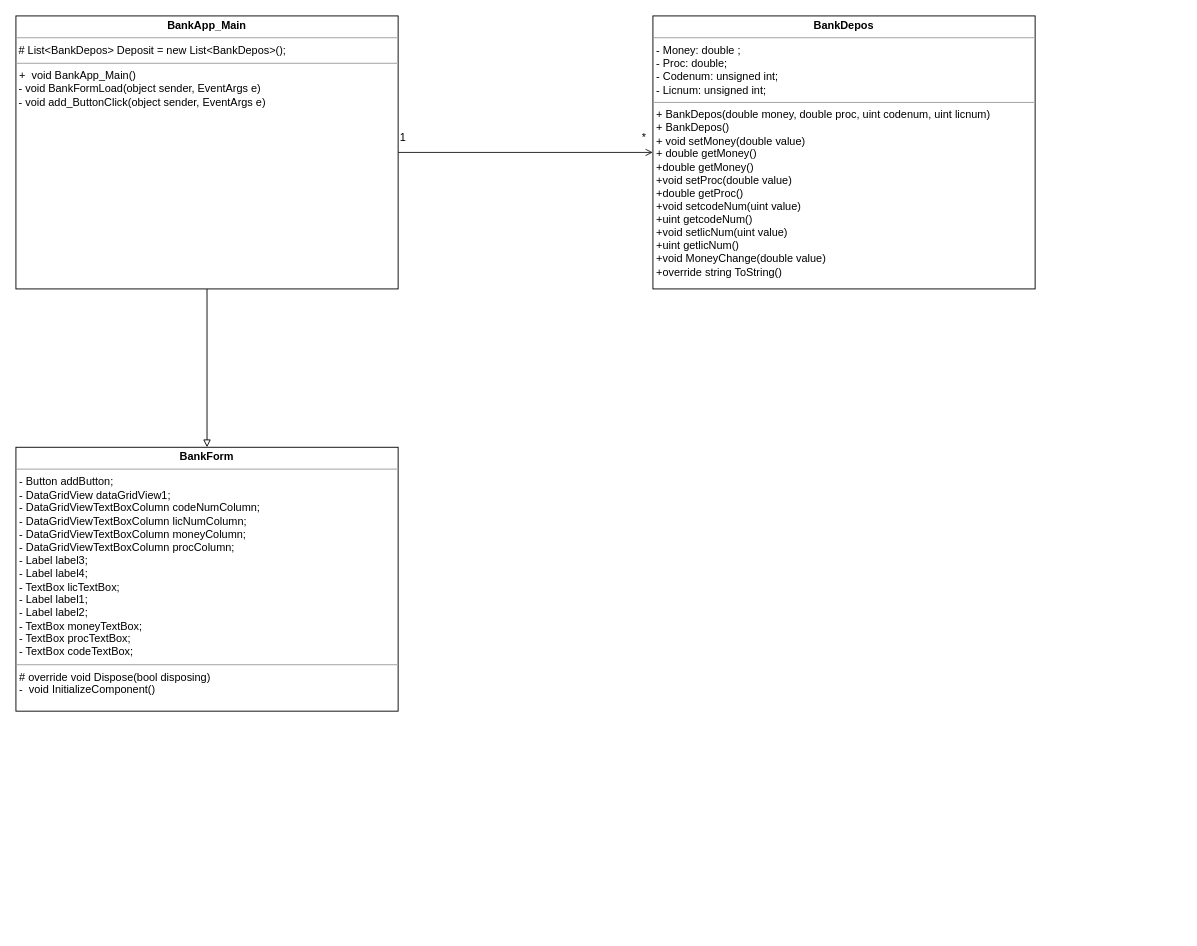
Above: BankDepos_UML.drawio in gingerswaltz/gingerswaltz-official (draw.io), before the change. Source tidied: cells renumbered, new cells numbered last; positions are measured from the earlier drawing's top-left corner, leaving out a move shared by most shapes. Both pictures are drawn from the tidied source at 91%, with x=0, y=0 at pixel (15, 15). Pictures stored in the file or linked from it are replaced by grey dashed boxes.
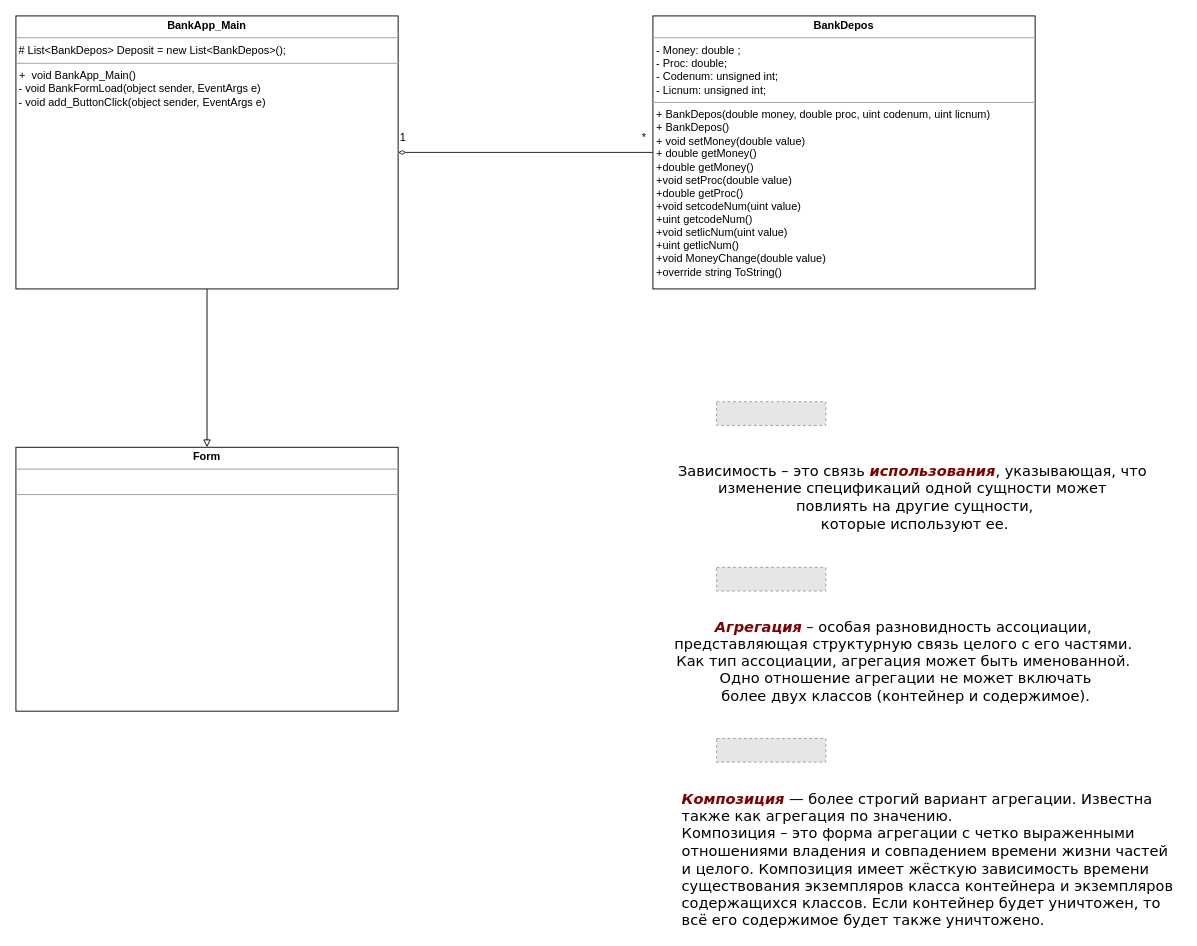
The same diagram, later.

What changed in the source:
```diff
@@
 <mxGraphModel>
   <root>
     <mxCell id="0" />
     <mxCell id="1" parent="0" />
     <mxCell id="2" value="&lt;p style=&quot;margin: 0px ; margin-top: 4px ; text-align: center&quot;&gt;&lt;b&gt;BankDepos&lt;/b&gt;&lt;/p&gt;&lt;hr size=&quot;1&quot;&gt;&lt;p style=&quot;margin: 0px ; margin-left: 4px&quot;&gt;- Money: double ;&lt;/p&gt;&lt;p style=&quot;margin: 0px ; margin-left: 4px&quot;&gt;- Proc: double;&lt;/p&gt;&lt;p style=&quot;margin: 0px ; margin-left: 4px&quot;&gt;- Codenum: unsigned int;&lt;/p&gt;&lt;p style=&quot;margin: 0px ; margin-left: 4px&quot;&gt;- Licnum: unsigned int;&lt;/p&gt;&lt;hr size=&quot;1&quot;&gt;&lt;p style=&quot;margin: 0px ; margin-left: 4px&quot;&gt;+&amp;nbsp;BankDepos(double money, double proc, uint codenum, uint licnum)&lt;/p&gt;&lt;p style=&quot;margin: 0px ; margin-left: 4px&quot;&gt;+ BankDepos()&lt;/p&gt;&lt;p style=&quot;margin: 0px ; margin-left: 4px&quot;&gt;+&amp;nbsp;void setMoney(double value)&lt;/p&gt;&lt;p style=&quot;margin: 0px ; margin-left: 4px&quot;&gt;+&amp;nbsp;double getMoney()&lt;/p&gt;&lt;p style=&quot;margin: 0px ; margin-left: 4px&quot;&gt;+double getMoney()&lt;/p&gt;&lt;p style=&quot;margin: 0px ; margin-left: 4px&quot;&gt;+void setProc(double value)&lt;/p&gt;&lt;p style=&quot;margin: 0px ; margin-left: 4px&quot;&gt;+double getProc()&lt;/p&gt;&lt;p style=&quot;margin: 0px ; margin-left: 4px&quot;&gt;+void setcodeNum(uint value)&lt;/p&gt;&lt;p style=&quot;margin: 0px ; margin-left: 4px&quot;&gt;+uint getcodeNum()&lt;/p&gt;&lt;p style=&quot;margin: 0px ; margin-left: 4px&quot;&gt;+void setlicNum(uint value)&lt;/p&gt;&lt;p style=&quot;margin: 0px ; margin-left: 4px&quot;&gt;+uint getlicNum()&lt;/p&gt;&lt;p style=&quot;margin: 0px ; margin-left: 4px&quot;&gt;+void MoneyChange(double value)&lt;/p&gt;&lt;p style=&quot;margin: 0px ; margin-left: 4px&quot;&gt;+override string ToString()&lt;/p&gt;" style="verticalAlign=top;align=left;overflow=fill;fontSize=12;fontFamily=Helvetica;html=1;" parent="1" vertex="1">
       <mxGeometry x="700" width="420" height="300" as="geometry" />
     </mxCell>
-    <mxCell id="3" value="&lt;p style=&quot;margin:0px;margin-top:4px;text-align:center;&quot;&gt;&lt;b&gt;BankForm&lt;/b&gt;&lt;/p&gt;&lt;hr size=&quot;1&quot;&gt;&lt;p style=&quot;margin:0px;margin-left:4px;&quot;&gt;- Button addButton;&lt;/p&gt;&lt;p style=&quot;margin:0px;margin-left:4px;&quot;&gt;- DataGridView dataGridView1;&lt;/p&gt;&lt;p style=&quot;margin:0px;margin-left:4px;&quot;&gt;- DataGridViewTextBoxColumn codeNumColumn;&lt;/p&gt;&lt;p style=&quot;margin:0px;margin-left:4px;&quot;&gt;- DataGridViewTextBoxColumn licNumColumn;&lt;/p&gt;&lt;p style=&quot;margin:0px;margin-left:4px;&quot;&gt;- DataGridViewTextBoxColumn moneyColumn;&lt;/p&gt;&lt;p style=&quot;margin:0px;margin-left:4px;&quot;&gt;- DataGridViewTextBoxColumn procColumn;&lt;/p&gt;&lt;p style=&quot;margin:0px;margin-left:4px;&quot;&gt;- Label label3;&lt;/p&gt;&lt;p style=&quot;margin:0px;margin-left:4px;&quot;&gt;- Label label4;&lt;/p&gt;&lt;p style=&quot;margin:0px;margin-left:4px;&quot;&gt;- TextBox licTextBox;&lt;/p&gt;&lt;p style=&quot;margin:0px;margin-left:4px;&quot;&gt;- Label label1;&lt;/p&gt;&lt;p style=&quot;margin:0px;margin-left:4px;&quot;&gt;- Label label2;&lt;/p&gt;&lt;p style=&quot;margin:0px;margin-left:4px;&quot;&gt;- TextBox moneyTextBox;&lt;/p&gt;&lt;p style=&quot;margin:0px;margin-left:4px;&quot;&gt;- TextBox procTextBox;&lt;/p&gt;&lt;p style=&quot;margin:0px;margin-left:4px;&quot;&gt;- TextBox codeTextBox;&lt;/p&gt;&lt;hr size=&quot;1&quot;&gt;&lt;p style=&quot;margin:0px;margin-left:4px;&quot;&gt;# override void Dispose(bool disposing)&lt;br&gt;&lt;/p&gt;&lt;p style=&quot;margin:0px;margin-left:4px;&quot;&gt;-&amp;nbsp; void InitializeComponent()&lt;/p&gt;" style="verticalAlign=top;align=left;overflow=fill;fontSize=12;fontFamily=Helvetica;html=1;" parent="1" vertex="1">
+    <mxCell id="3" value="&lt;p style=&quot;margin: 0px ; margin-top: 4px ; text-align: center&quot;&gt;&lt;b&gt;Form&lt;/b&gt;&lt;/p&gt;&lt;hr size=&quot;1&quot;&gt;&lt;p style=&quot;margin: 0px ; margin-left: 4px&quot;&gt;&lt;br&gt;&lt;/p&gt;&lt;hr size=&quot;1&quot;&gt;&lt;p style=&quot;margin: 0px ; margin-left: 4px&quot;&gt;&lt;br&gt;&lt;/p&gt;" style="verticalAlign=top;align=left;overflow=fill;fontSize=12;fontFamily=Helvetica;html=1;" parent="1" vertex="1">
       <mxGeometry y="474" width="420" height="290" as="geometry" />
     </mxCell>
     <mxCell id="4" value="1" style="text;html=1;align=center;verticalAlign=middle;strokeColor=none;fillColor=none;" parent="1" vertex="1">
       <mxGeometry x="410" y="119" width="30" height="30" as="geometry" />
     </mxCell>
     <mxCell id="5" style="edgeStyle=orthogonalEdgeStyle;rounded=0;jettySize=auto;html=1;entryX=0.5;entryY=0;entryDx=0;entryDy=0;endArrow=block;endFill=0;" parent="1" edge="1" source="7" target="3">
       <mxGeometry relative="1" as="geometry" />
     </mxCell>
-    <mxCell id="6" style="edgeStyle=orthogonalEdgeStyle;rounded=0;jettySize=auto;html=1;endArrow=open;endFill=0;strokeColor=#1A1A1A;" parent="1" edge="1" source="7" target="2">
+    <mxCell id="6" style="edgeStyle=orthogonalEdgeStyle;rounded=0;jettySize=auto;html=1;endArrow=diamondThin;endFill=0;strokeColor=#1A1A1A;" parent="1" edge="1" source="2" target="7">
       <mxGeometry relative="1" as="geometry" />
     </mxCell>
     <mxCell id="7" value="&lt;p style=&quot;margin: 0px ; margin-top: 4px ; text-align: center&quot;&gt;&lt;b&gt;BankApp_Main&lt;/b&gt;&lt;br&gt;&lt;/p&gt;&lt;hr size=&quot;1&quot;&gt;&lt;p style=&quot;margin: 0px ; margin-left: 4px&quot;&gt;&lt;/p&gt;&amp;nbsp;# List&amp;lt;BankDepos&amp;gt; Deposit = new List&amp;lt;BankDepos&amp;gt;();&lt;hr size=&quot;1&quot;&gt;&lt;p style=&quot;margin: 0px ; margin-left: 4px&quot;&gt;+&amp;nbsp;&lt;span&gt;&amp;nbsp;void BankApp_Main()&lt;/span&gt;&lt;/p&gt;&lt;div&gt;&lt;span&gt;&amp;nbsp;- void BankFormLoad(object sender, EventArgs e)&lt;br&gt;&amp;nbsp;- void add_ButtonClick(object sender, EventArgs e)&lt;br&gt;&lt;/span&gt;&lt;/div&gt;" style="verticalAlign=top;align=left;overflow=fill;fontSize=12;fontFamily=Helvetica;html=1;" parent="1" vertex="1">
       <mxGeometry width="420" height="300" as="geometry" />
     </mxCell>
     <mxCell id="8" value="*" style="text;html=1;align=center;verticalAlign=middle;strokeColor=none;fillColor=none;" parent="1" vertex="1">
       <mxGeometry x="680" y="124" width="20" height="20" as="geometry" />
     </mxCell>
+    <mxCell id="9" style="fillColor=#E6E6E6;strokeColor=#999999;dashed=1;verticalLabelPosition=bottom;labelBackgroundColor=#ffffff;verticalAlign=top;" parent="1" vertex="1">
+      <mxGeometry x="770" y="424" width="120" height="26" as="geometry" />
+    </mxCell>
+    <mxCell id="10" value="&lt;span style=&quot;font-family: &amp;#34;verdana&amp;#34; , &amp;#34;arial&amp;#34; , sans-serif ; font-size: medium ; text-align: justify ; background-color: rgb(255 , 255 , 255)&quot;&gt;Зависимость – это связь&amp;nbsp;&lt;/span&gt;&lt;span class=&quot;define&quot; style=&quot;padding: 0px ; margin: 0px ; outline: none ; color: rgb(128 , 0 , 0) ; font-weight: bold ; font-style: italic ; font-family: &amp;#34;verdana&amp;#34; , &amp;#34;arial&amp;#34; , sans-serif ; font-size: medium ; text-align: justify ; background-color: rgb(255 , 255 , 255)&quot;&gt;использования&lt;/span&gt;&lt;span style=&quot;font-family: &amp;#34;verdana&amp;#34; , &amp;#34;arial&amp;#34; , sans-serif ; font-size: medium ; text-align: justify ; background-color: rgb(255 , 255 , 255)&quot;&gt;, указывающая, что &lt;br&gt;изменение спецификаций одной сущности может&lt;br&gt;&amp;nbsp;повлиять на другие сущности,&lt;br&gt;&amp;nbsp;которые используют ее.&lt;/span&gt;" style="text;html=1;align=center;verticalAlign=middle;strokeColor=none;fillColor=none;" parent="1" vertex="1">
+      <mxGeometry x="720" y="494" width="530" height="70" as="geometry" />
+    </mxCell>
+    <mxCell id="11" style="fillColor=#E6E6E6;strokeColor=#999999;dashed=1;verticalLabelPosition=bottom;labelBackgroundColor=#ffffff;verticalAlign=top;" parent="1" vertex="1">
+      <mxGeometry x="770" y="606" width="120" height="26" as="geometry" />
+    </mxCell>
+    <mxCell id="12" value="&lt;span class=&quot;define&quot; style=&quot;padding: 0px ; margin: 0px ; outline: none ; color: rgb(128 , 0 , 0) ; font-weight: bold ; font-style: italic ; font-family: &amp;#34;verdana&amp;#34; , &amp;#34;arial&amp;#34; , sans-serif ; font-size: medium ; text-align: justify ; background-color: rgb(255 , 255 , 255)&quot;&gt;Агрегация&lt;/span&gt;&lt;span style=&quot;font-family: &amp;#34;verdana&amp;#34; , &amp;#34;arial&amp;#34; , sans-serif ; font-size: medium ; text-align: justify ; background-color: rgb(255 , 255 , 255)&quot;&gt;&amp;nbsp;– особая разновидность ассоциации, &lt;br&gt;представляющая структурную связь целого с его частями. &lt;br&gt;Как тип ассоциации, агрегация может быть именованной.&lt;br&gt;&amp;nbsp;Одно отношение агрегации не может включать&lt;br&gt;&amp;nbsp;более двух классов (контейнер и содержимое).&lt;/span&gt;" style="text;html=1;align=center;verticalAlign=middle;strokeColor=none;fillColor=none;" parent="1" vertex="1">
+      <mxGeometry x="720" y="664" width="510" height="90" as="geometry" />
+    </mxCell>
+    <mxCell id="13" style="fillColor=#E6E6E6;strokeColor=#999999;dashed=1;verticalLabelPosition=bottom;labelBackgroundColor=#ffffff;verticalAlign=top;" parent="1" vertex="1">
+      <mxGeometry x="770" y="794" width="120" height="26" as="geometry" />
+    </mxCell>
+    <mxCell id="14" value="&lt;span class=&quot;define&quot; style=&quot;padding: 0px; margin: 0px; outline: none; color: rgb(128, 0, 0); font-weight: bold; font-style: italic; font-family: verdana, arial, sans-serif; font-size: medium; letter-spacing: normal; text-align: justify; text-indent: 0px; text-transform: none; word-spacing: 0px; background-color: rgb(255, 255, 255);&quot;&gt;Композиция&lt;/span&gt;&lt;span style=&quot;color: rgb(0, 0, 0); font-family: verdana, arial, sans-serif; font-size: medium; font-style: normal; font-weight: 400; letter-spacing: normal; text-align: justify; text-indent: 0px; text-transform: none; word-spacing: 0px; background-color: rgb(255, 255, 255); display: inline; float: none;&quot;&gt;&lt;span&gt;&amp;nbsp;&lt;/span&gt;— более строгий вариант агрегации. Известна также как агрегация по значению.&lt;/span&gt;&lt;br style=&quot;padding: 0px; margin: 0px; outline: none; color: rgb(0, 0, 0); font-family: verdana, arial, sans-serif; font-size: medium; font-style: normal; font-weight: 400; letter-spacing: normal; text-align: justify; text-indent: 0px; text-transform: none; word-spacing: 0px; background-color: rgb(255, 255, 255);&quot;&gt;&lt;span style=&quot;color: rgb(0, 0, 0); font-family: verdana, arial, sans-serif; font-size: medium; font-style: normal; font-weight: 400; letter-spacing: normal; text-align: justify; text-indent: 0px; text-transform: none; word-spacing: 0px; background-color: rgb(255, 255, 255); display: inline; float: none;&quot;&gt;Композиция – это форма агрегации с четко выраженными отношениями владения и совпадением времени жизни частей и целого. Композиция имеет жёсткую зависимость времени существования экземпляров класса контейнера и экземпляров содержащихся классов. Если контейнер будет уничтожен, то всё его содержимое будет также уничтожено.&lt;/span&gt;" style="text;whiteSpace=wrap;html=1;" parent="1" vertex="1">
+      <mxGeometry x="730" y="844" width="550" height="140" as="geometry" />
+    </mxCell>
   </root>
 </mxGraphModel>
```
